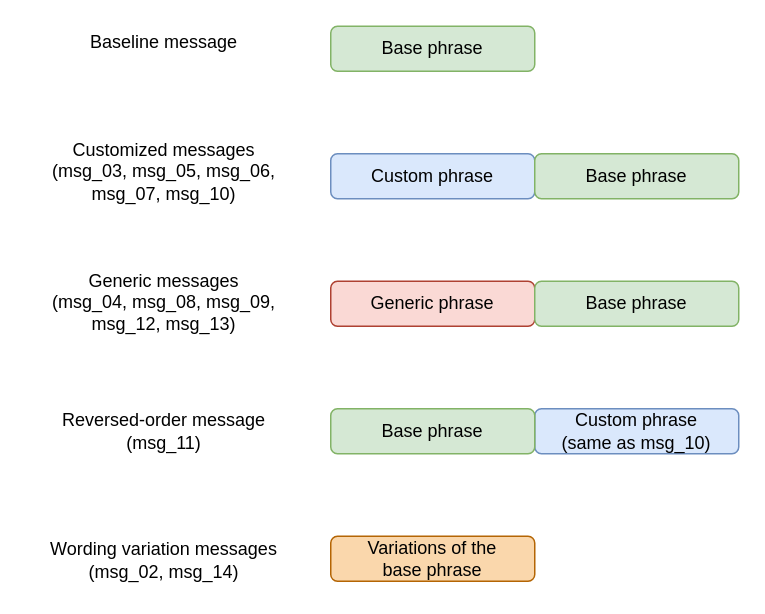
henrishi/drawio keeps this draw.io diagram as parent_nudge_pushreport_message_combo.drawio. Above is the earlier version. Source tidied: cells renumbered, new cells numbered last; positions are measured from the earlier drawing's top-left corner, leaving out a move shared by most shapes. Both pictures are drawn from the tidied source at 150%, with x=0, y=0 at pixel (44, 26).
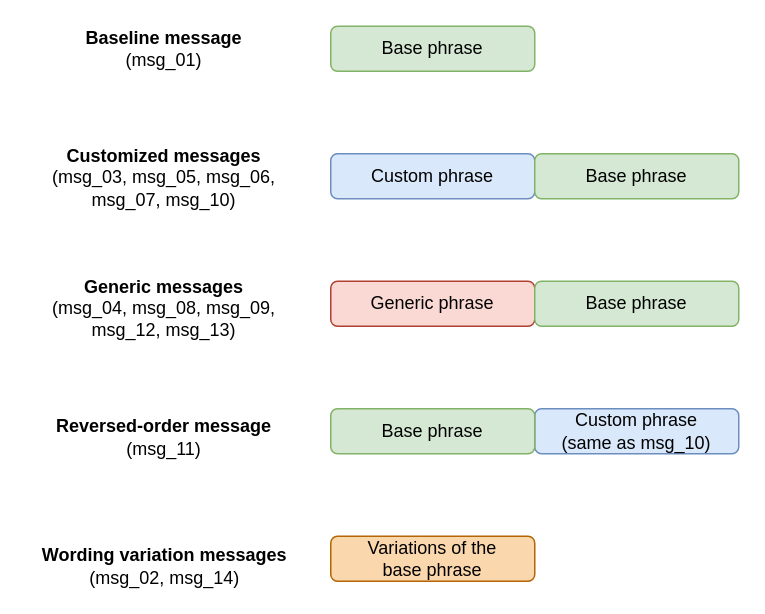
After the change.

The edit, as a diff of the source:
```diff
@@
 <mxGraphModel>
   <root>
     <mxCell id="0" />
     <mxCell id="1" parent="0" />
     <mxCell id="2" value="Base phrase" style="rounded=1;whiteSpace=wrap;html=1;fillColor=#d5e8d4;strokeColor=#82b366;" parent="1" vertex="1">
       <mxGeometry x="191" width="136" height="30" as="geometry" />
     </mxCell>
-    <mxCell id="3" value="Baseline message" style="text;html=1;strokeColor=none;fillColor=none;align=center;verticalAlign=middle;whiteSpace=wrap;rounded=0;" parent="1" vertex="1">
-      <mxGeometry x="25" y="1" width="110" height="20" as="geometry" />
+    <mxCell id="3" value="&lt;b&gt;Baseline message&lt;/b&gt;&lt;br&gt;(msg_01)" style="text;html=1;strokeColor=none;fillColor=none;align=center;verticalAlign=middle;whiteSpace=wrap;rounded=0;" parent="1" vertex="1">
+      <mxGeometry x="25" y="5" width="110" height="20" as="geometry" />
     </mxCell>
-    <mxCell id="4" value="Customized messages&lt;br&gt;(msg_03, msg_05, msg_06, msg_07, msg_10)" style="text;html=1;strokeColor=none;fillColor=none;align=center;verticalAlign=middle;whiteSpace=wrap;rounded=0;" parent="1" vertex="1">
-      <mxGeometry y="87" width="160" height="20" as="geometry" />
+    <mxCell id="4" value="&lt;b&gt;Customized messages&lt;/b&gt;&lt;br&gt;(msg_03, msg_05, msg_06, msg_07, msg_10)" style="text;html=1;strokeColor=none;fillColor=none;align=center;verticalAlign=middle;whiteSpace=wrap;rounded=0;" parent="1" vertex="1">
+      <mxGeometry y="91" width="160" height="20" as="geometry" />
     </mxCell>
-    <mxCell id="5" value="Generic messages&lt;br&gt;(msg_04, msg_08, msg_09, msg_12, msg_13)" style="text;html=1;strokeColor=none;fillColor=none;align=center;verticalAlign=middle;whiteSpace=wrap;rounded=0;" parent="1" vertex="1">
-      <mxGeometry y="174" width="160" height="20" as="geometry" />
+    <mxCell id="5" value="&lt;b&gt;Generic messages&lt;br&gt;&lt;/b&gt;(msg_04, msg_08, msg_09, msg_12, msg_13)" style="text;html=1;strokeColor=none;fillColor=none;align=center;verticalAlign=middle;whiteSpace=wrap;rounded=0;" parent="1" vertex="1">
+      <mxGeometry y="178" width="160" height="20" as="geometry" />
     </mxCell>
-    <mxCell id="6" value="Reversed-order message&lt;br&gt;(msg_11)" style="text;html=1;strokeColor=none;fillColor=none;align=center;verticalAlign=middle;whiteSpace=wrap;rounded=0;" parent="1" vertex="1">
-      <mxGeometry y="260" width="160" height="20" as="geometry" />
+    <mxCell id="6" value="&lt;b&gt;Reversed-order message&lt;br&gt;&lt;/b&gt;(msg_11)" style="text;html=1;strokeColor=none;fillColor=none;align=center;verticalAlign=middle;whiteSpace=wrap;rounded=0;" parent="1" vertex="1">
+      <mxGeometry y="264" width="160" height="20" as="geometry" />
     </mxCell>
-    <mxCell id="7" value="Wording variation messages&lt;br&gt;(msg_02, msg_14)" style="text;html=1;strokeColor=none;fillColor=none;align=center;verticalAlign=middle;whiteSpace=wrap;rounded=0;" parent="1" vertex="1">
-      <mxGeometry y="346" width="160" height="20" as="geometry" />
+    <mxCell id="7" value="&lt;b&gt;Wording variation messages&lt;br&gt;&lt;/b&gt;(msg_02, msg_14)" style="text;html=1;strokeColor=none;fillColor=none;align=center;verticalAlign=middle;whiteSpace=wrap;rounded=0;" parent="1" vertex="1">
+      <mxGeometry x="-12.5" y="350" width="185" height="20" as="geometry" />
     </mxCell>
     <mxCell id="8" value="Variations of the&lt;br&gt;base phrase" style="rounded=1;whiteSpace=wrap;html=1;fillColor=#fad7ac;strokeColor=#b46504;" parent="1" vertex="1">
       <mxGeometry x="191" y="340" width="136" height="30" as="geometry" />
     </mxCell>
     <mxCell id="9" style="group;" parent="1" vertex="1">
       <mxGeometry x="191" y="85" width="272" height="30" as="geometry" />
     </mxCell>
     <mxCell id="10" value="Custom phrase" style="rounded=1;whiteSpace=wrap;html=1;fillColor=#dae8fc;strokeColor=#6c8ebf;" parent="9" vertex="1">
       <mxGeometry width="136" height="30" as="geometry" />
     </mxCell>
     <mxCell id="11" value="Base phrase" style="rounded=1;whiteSpace=wrap;html=1;fillColor=#d5e8d4;strokeColor=#82b366;" parent="9" vertex="1">
       <mxGeometry x="136" width="136" height="30" as="geometry" />
     </mxCell>
     <mxCell id="12" style="group;" parent="1" vertex="1">
       <mxGeometry x="191" y="170" width="272" height="30" as="geometry" />
     </mxCell>
     <mxCell id="13" value="Generic phrase" style="rounded=1;whiteSpace=wrap;html=1;fillColor=#fad9d5;strokeColor=#ae4132;" parent="12" vertex="1">
       <mxGeometry width="136" height="30" as="geometry" />
     </mxCell>
     <mxCell id="14" value="Base phrase" style="rounded=1;whiteSpace=wrap;html=1;fillColor=#d5e8d4;strokeColor=#82b366;" parent="12" vertex="1">
       <mxGeometry x="136" width="136" height="30" as="geometry" />
     </mxCell>
     <mxCell id="15" style="group;" parent="1" vertex="1">
       <mxGeometry x="191" y="255" width="272" height="30" as="geometry" />
     </mxCell>
     <mxCell id="16" value="Custom phrase&lt;br&gt;(same as msg_10)" style="rounded=1;whiteSpace=wrap;html=1;fillColor=#dae8fc;strokeColor=#6c8ebf;" parent="15" vertex="1">
       <mxGeometry x="136" width="136" height="30" as="geometry" />
     </mxCell>
     <mxCell id="17" value="Base phrase" style="rounded=1;whiteSpace=wrap;html=1;fillColor=#d5e8d4;strokeColor=#82b366;" parent="15" vertex="1">
       <mxGeometry width="136" height="30" as="geometry" />
     </mxCell>
   </root>
 </mxGraphModel>
```
